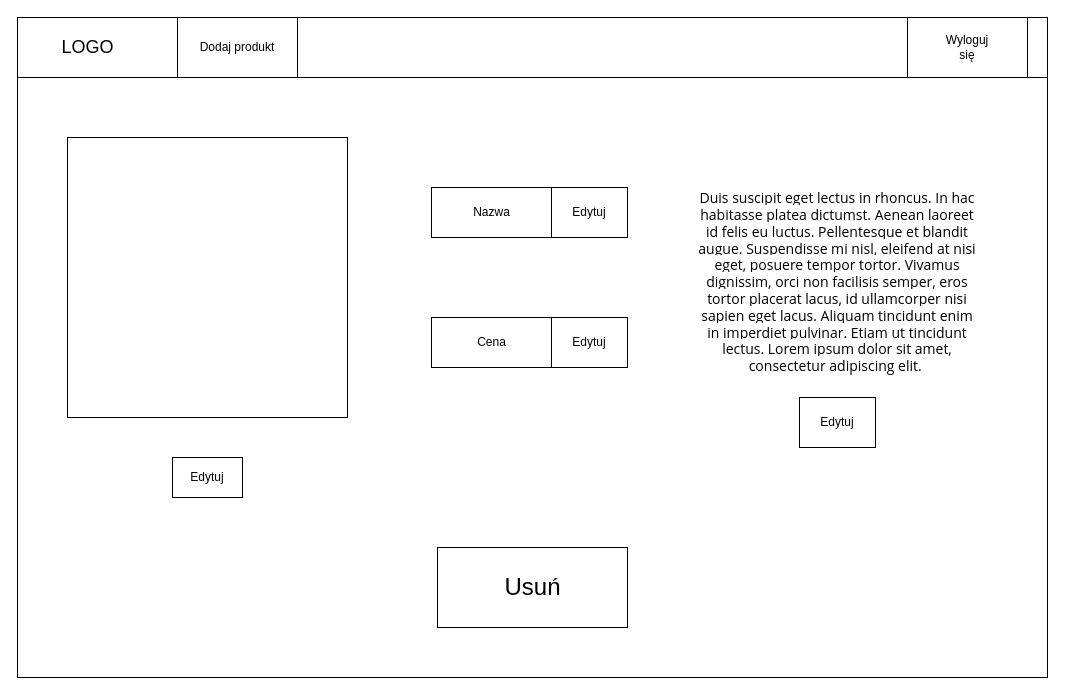
Tarik-Alaiwi-dev/PSI-Docs keeps this draw.io diagram as 3/koordynator/edytowanie_produktu_koordynator.drawio. Above is the earlier version. Source tidied: cells renumbered, new cells numbered last; positions are measured from the earlier drawing's top-left corner, leaving out a move shared by most shapes. Both pictures are drawn from the tidied source at 100%, with x=0, y=0 at pixel (17, 17).
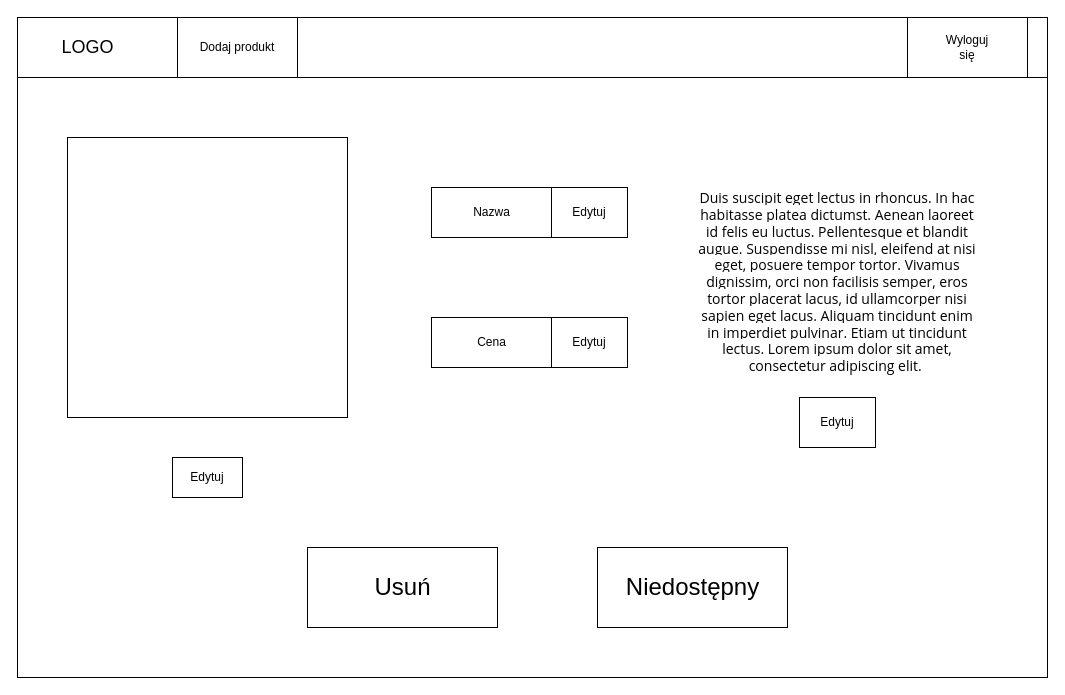
Above is the later version.

Change to the diagram source:
```diff
@@
-    <mxCell id="23" style="rounded=0;whiteSpace=wrap;html=1;" parent="1" vertex="1">
-      <mxGeometry x="420" y="530" width="190" height="80" as="geometry" />
-    </mxCell>
+    <mxCell id="25" style="rounded=0;whiteSpace=wrap;html=1;" parent="1" vertex="1">
+      <mxGeometry x="290" y="530" width="190" height="80" as="geometry" />
+    </mxCell>
     <mxCell id="24" value="&lt;font style=&quot;font-size: 24px;&quot;&gt;Usuń&lt;/font&gt;" style="text;html=1;align=center;verticalAlign=middle;strokeColor=none;fillColor=none;" parent="1" vertex="1">
-      <mxGeometry x="475" y="550" width="80" height="40" as="geometry" />
+      <mxGeometry x="345" y="550" width="80" height="40" as="geometry" />
     </mxCell>
+    <mxCell id="26" style="rounded=0;whiteSpace=wrap;html=1;" parent="1" vertex="1">
+      <mxGeometry x="580" y="530" width="190" height="80" as="geometry" />
+    </mxCell>
+    <mxCell id="27" value="&lt;font style=&quot;font-size: 24px;&quot;&gt;Niedostępny&lt;/font&gt;" style="text;html=1;align=center;verticalAlign=middle;strokeColor=none;fillColor=none;" parent="1" vertex="1">
+      <mxGeometry x="595" y="550" width="160" height="40" as="geometry" />
+    </mxCell>
```
